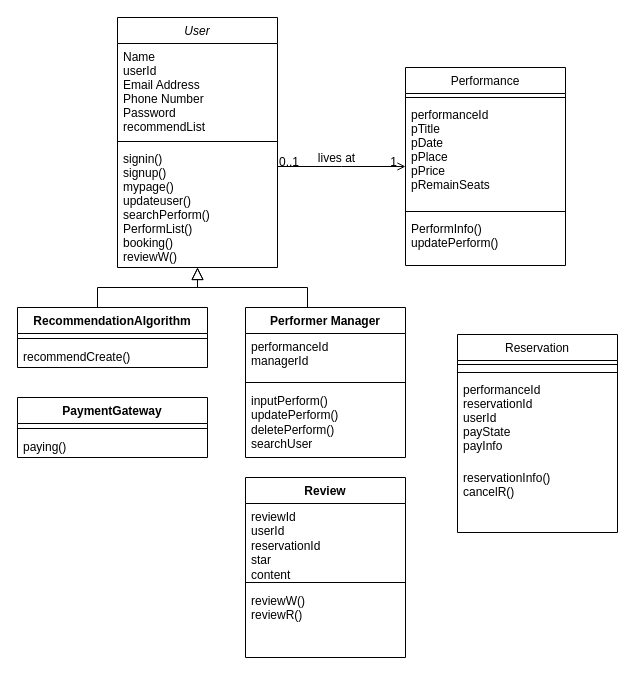
This is class.drawio from wngml02/UML, a draw.io file, before an edit. Source tidied: cells renumbered, new cells numbered last; positions are measured from the earlier drawing's top-left corner, leaving out a move shared by most shapes. Both pictures are drawn from the tidied source at 100%, with x=0, y=0 at pixel (17, 17).
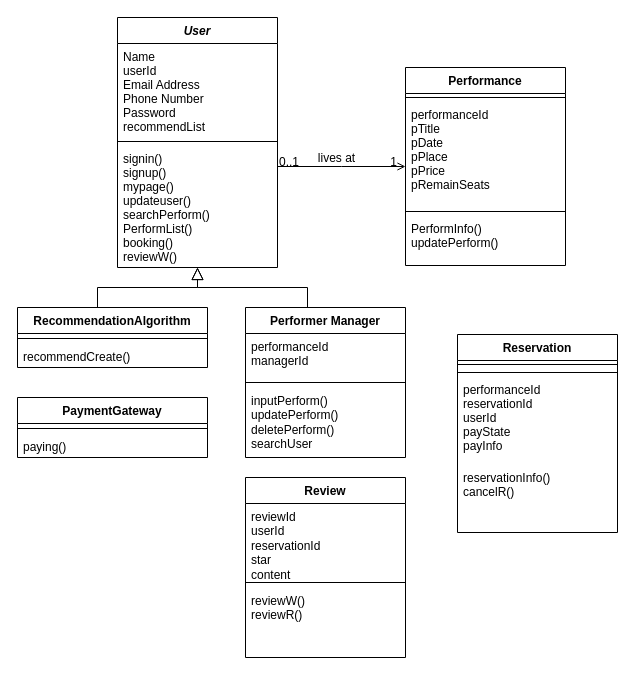
The same diagram, later.

Change to the diagram source:
```diff
@@
-    <mxCell id="2" value="User" style="swimlane;fontStyle=2;align=center;verticalAlign=top;horizontal=1;startSize=26;rounded=0;shadow=0;strokeWidth=1;" parent="1" vertex="1">
+    <mxCell id="2" value="User" style="swimlane;fontStyle=3;align=center;verticalAlign=top;horizontal=1;startSize=26;rounded=0;shadow=0;strokeWidth=1;" parent="1" vertex="1">
       <mxGeometry x="100" width="160" height="250" as="geometry" />
     </mxCell>
@@
-    <mxCell id="8" value="Performance" style="swimlane;fontStyle=0;align=center;verticalAlign=top;horizontal=1;startSize=26;rounded=0;shadow=0;strokeWidth=1;" parent="1" vertex="1">
+    <mxCell id="8" value="Performance" style="swimlane;fontStyle=1;align=center;verticalAlign=top;horizontal=1;startSize=26;rounded=0;shadow=0;strokeWidth=1;" parent="1" vertex="1">
       <mxGeometry x="388" y="50" width="160" height="198" as="geometry" />
     </mxCell>
@@
-    <mxCell id="21" value="Reservation" style="swimlane;fontStyle=0;align=center;verticalAlign=top;horizontal=1;startSize=26;rounded=0;shadow=0;strokeWidth=1;" parent="1" vertex="1">
+    <mxCell id="21" value="Reservation" style="swimlane;fontStyle=1;align=center;verticalAlign=top;horizontal=1;startSize=26;rounded=0;shadow=0;strokeWidth=1;" parent="1" vertex="1">
       <mxGeometry x="440" y="317" width="160" height="198" as="geometry" />
     </mxCell>
```
